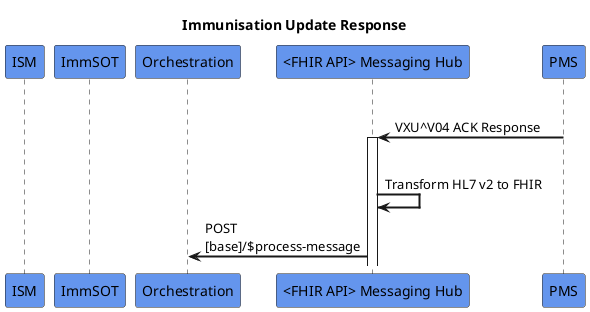
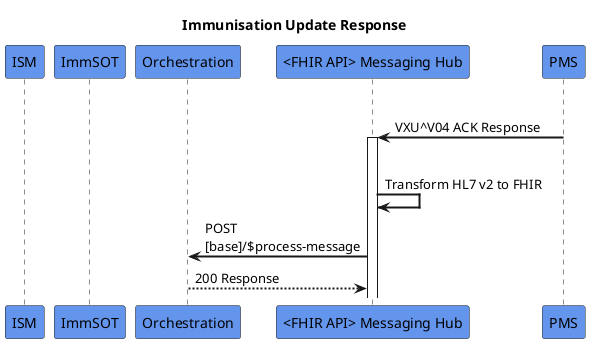
@startuml
skinparam sequenceArrowThickness 2
skinparam roundcorner 5
skinparam maxmessagesize 180
skinparam sequenceParticipant bold
title  Immunisation Update Response
participant "ISM" as AA #CornflowerBlue
participant "ImmSOT" as A #CornflowerBlue
participant "Orchestration" as B #CornflowerBlue
participant "<FHIR API> Messaging Hub" as C #CornflowerBlue
participant "PMS" as D #CornflowerBlue
|||

D -> C :VXU^V04 ACK Response
activate C
|||
C -> C: Transform HL7 v2 to FHIR
C -> B: POST [base]/$process-message
+ B -[dashed]-> C: 200 Response
@enduml